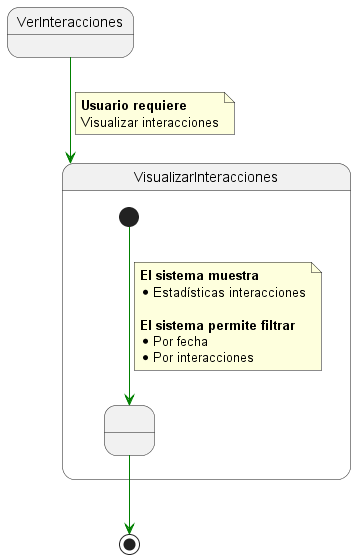
mmasias/IdSw1-22-23 keeps this PlantUML diagram as 000-entregas/Grupo1/DetalleCasosDeUso/images/VerInteracciones.png. Above is the earlier version.
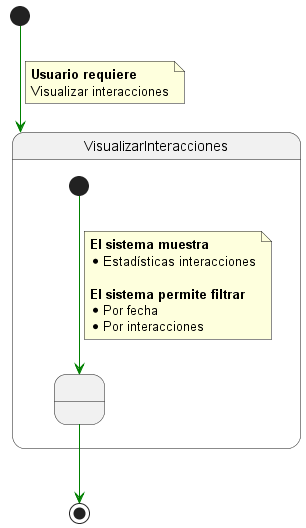
The same diagram one commit later.

Change to the diagram source:
```diff
@@ -1,7 +1,4 @@
 @startuml VerInteracciones
-
-State VerInteracciones
-
 
 State VisualizarInteracciones{
 
@@ -21,7 +18,7 @@
 
 }
 
-VerInteracciones-[#green]-> VisualizarInteracciones
+[*] -[#green]-> VisualizarInteracciones
 
 note on link
  <b>Usuario requiere
```
